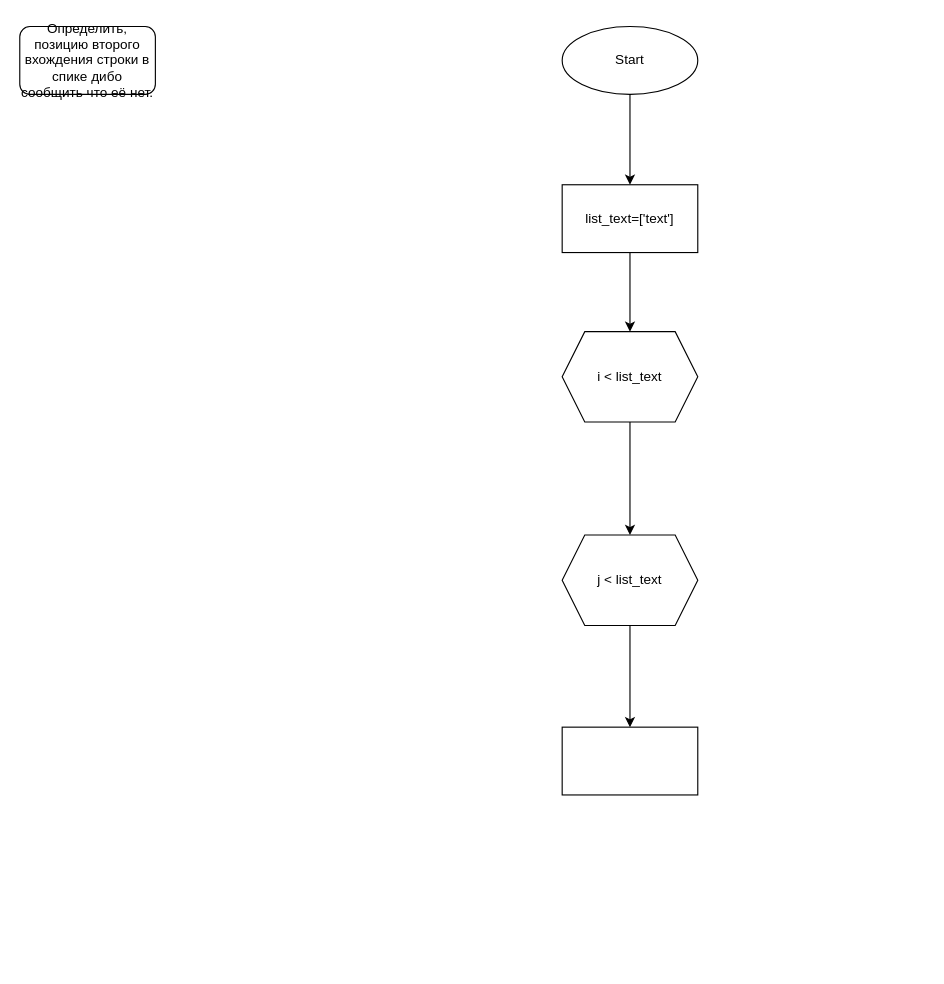
Earlier version of the draw.io diagram Lesson_2/task_21_entry.drawio (Fostix/GB_Python_Tasks). Source tidied: cells renumbered, new cells numbered last; positions are measured from the earlier drawing's top-left corner, leaving out a move shared by most shapes. Both pictures are drawn from the tidied source at 113%, with x=0, y=0 at pixel (19, 26).
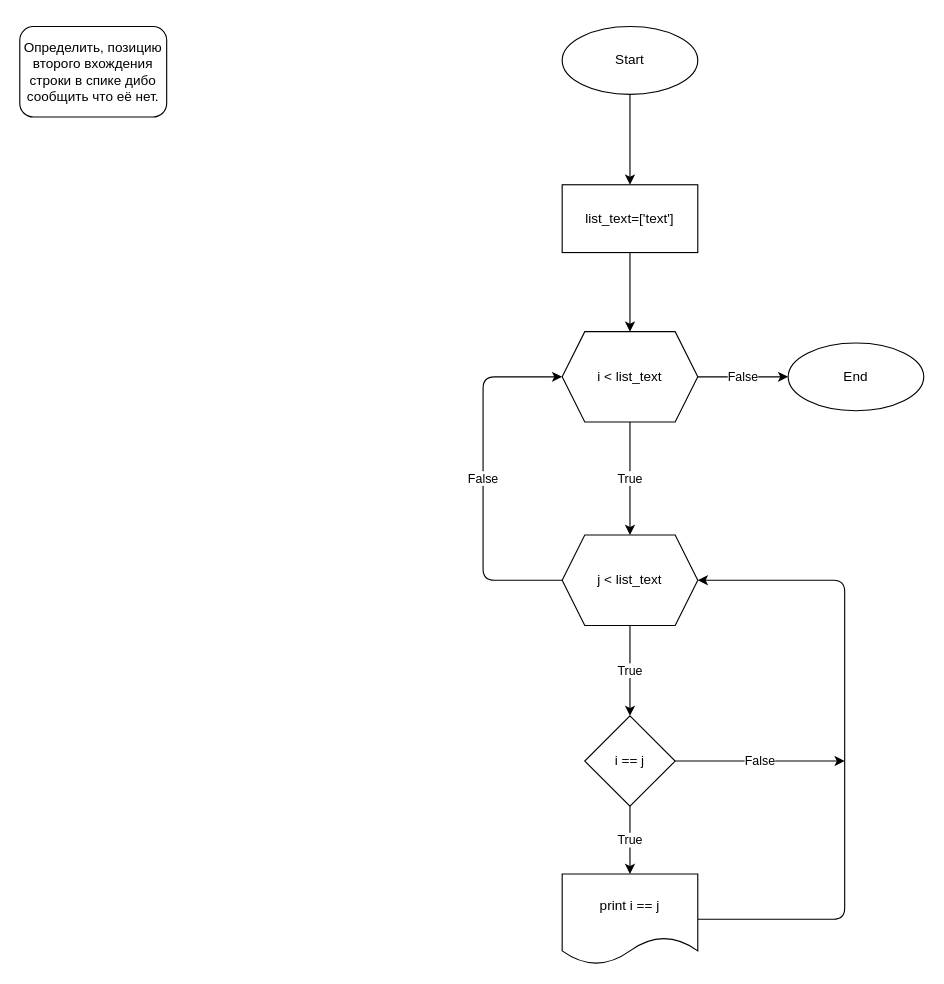
Above is the later version.

Commit message (it also covers changes not shown here):
maked task 22

The change refers to these unchanged cells:
```xml
<mxCell id="8" value="i &amp;lt; list_text" style="shape=hexagon;perimeter=hexagonPerimeter2;whiteSpace=wrap;html=1;fixedSize=1;" parent="1" vertex="1">
  <mxGeometry x="480" y="270" width="120" height="80" as="geometry" />
</mxCell>
<mxCell id="10" value="j &amp;lt; list_text" style="shape=hexagon;perimeter=hexagonPerimeter2;whiteSpace=wrap;html=1;fixedSize=1;" parent="1" vertex="1">
  <mxGeometry x="480" y="450" width="120" height="80" as="geometry" />
</mxCell>
```

The edit, as a diff of the source:
```diff
@@
     <mxCell id="2" value="Определить, позицию второго вхождения строки в спике дибо сообщить что её нет." style="rounded=1;whiteSpace=wrap;html=1;" parent="1" vertex="1">
-      <mxGeometry width="120" height="60" as="geometry" />
+      <mxGeometry width="130" height="80" as="geometry" />
     </mxCell>
@@
-    <mxCell id="7" style="edgeStyle=none;html=1;" parent="1" edge="1" source="8" target="10">
+    <mxCell id="7" value="True" style="edgeStyle=none;html=1;" parent="1" edge="1" source="8" target="10">
       <mxGeometry relative="1" as="geometry" />
     </mxCell>
+    <mxCell id="12" value="False" style="edgeStyle=none;html=1;" parent="1" edge="1" source="8" target="20">
+      <mxGeometry relative="1" as="geometry" />
+    </mxCell>
@@
-    <mxCell id="9" style="edgeStyle=none;html=1;" parent="1" edge="1" source="10" target="11">
-      <mxGeometry relative="1" as="geometry" />
-    </mxCell>
+    <mxCell id="13" value="True" style="edgeStyle=none;html=1;" parent="1" edge="1" source="10" target="19">
+      <mxGeometry relative="1" as="geometry" />
+    </mxCell>
+    <mxCell id="14" value="False" style="edgeStyle=none;html=1;entryX=0;entryY=0.5;entryDx=0;entryDy=0;" parent="1" edge="1" source="10" target="8">
+      <mxGeometry relative="1" as="geometry">
+        <Array as="points">
+          <mxPoint x="410" y="490" />
+          <mxPoint x="410" y="310" />
+        </Array>
+      </mxGeometry>
+    </mxCell>
@@
-    <mxCell id="11" style="whiteSpace=wrap;html=1;" parent="1" vertex="1">
-      <mxGeometry x="480" y="620" width="120" height="60" as="geometry" />
-    </mxCell>
+    <mxCell id="15" style="edgeStyle=none;html=1;entryX=1;entryY=0.5;entryDx=0;entryDy=0;" parent="1" edge="1" source="16" target="10">
+      <mxGeometry relative="1" as="geometry">
+        <Array as="points">
+          <mxPoint x="730" y="790" />
+          <mxPoint x="730" y="490" />
+        </Array>
+      </mxGeometry>
+    </mxCell>
+    <mxCell id="16" value="print i == j" style="shape=document;whiteSpace=wrap;html=1;boundedLbl=1;" parent="1" vertex="1">
+      <mxGeometry x="480" y="750" width="120" height="80" as="geometry" />
+    </mxCell>
+    <mxCell id="17" value="True" style="edgeStyle=none;html=1;" parent="1" edge="1" source="19" target="16">
+      <mxGeometry relative="1" as="geometry" />
+    </mxCell>
+    <mxCell id="18" value="False" style="edgeStyle=none;html=1;" parent="1" edge="1" source="19">
+      <mxGeometry relative="1" as="geometry">
+        <mxPoint x="730" y="650" as="targetPoint" />
+      </mxGeometry>
+    </mxCell>
+    <mxCell id="19" value="i == j" style="rhombus;whiteSpace=wrap;html=1;" parent="1" vertex="1">
+      <mxGeometry x="500" y="610" width="80" height="80" as="geometry" />
+    </mxCell>
+    <mxCell id="20" value="End" style="ellipse;whiteSpace=wrap;html=1;" parent="1" vertex="1">
+      <mxGeometry x="680" y="280" width="120" height="60" as="geometry" />
+    </mxCell>
```
